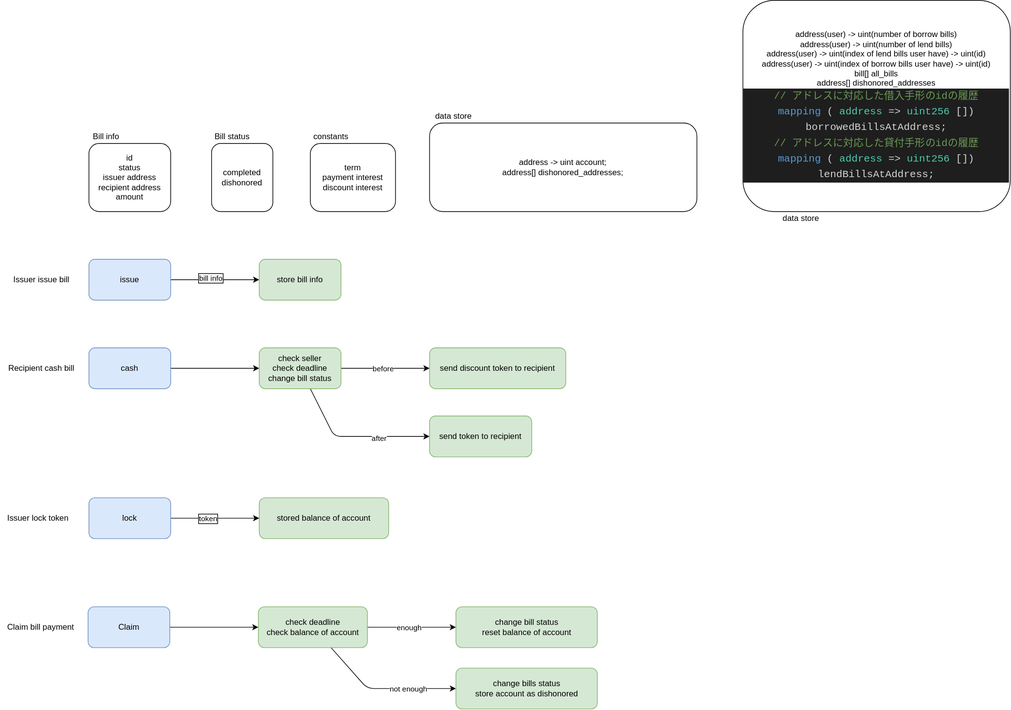
This is drawing/contract.drawio.svg from unchain-tech/AVAX-Subnet, a draw.io export, as it was before one commit. Source tidied: cells renumbered, new cells last; positions are measured from the earlier drawing's top-left corner, leaving out a move shared by most shapes.
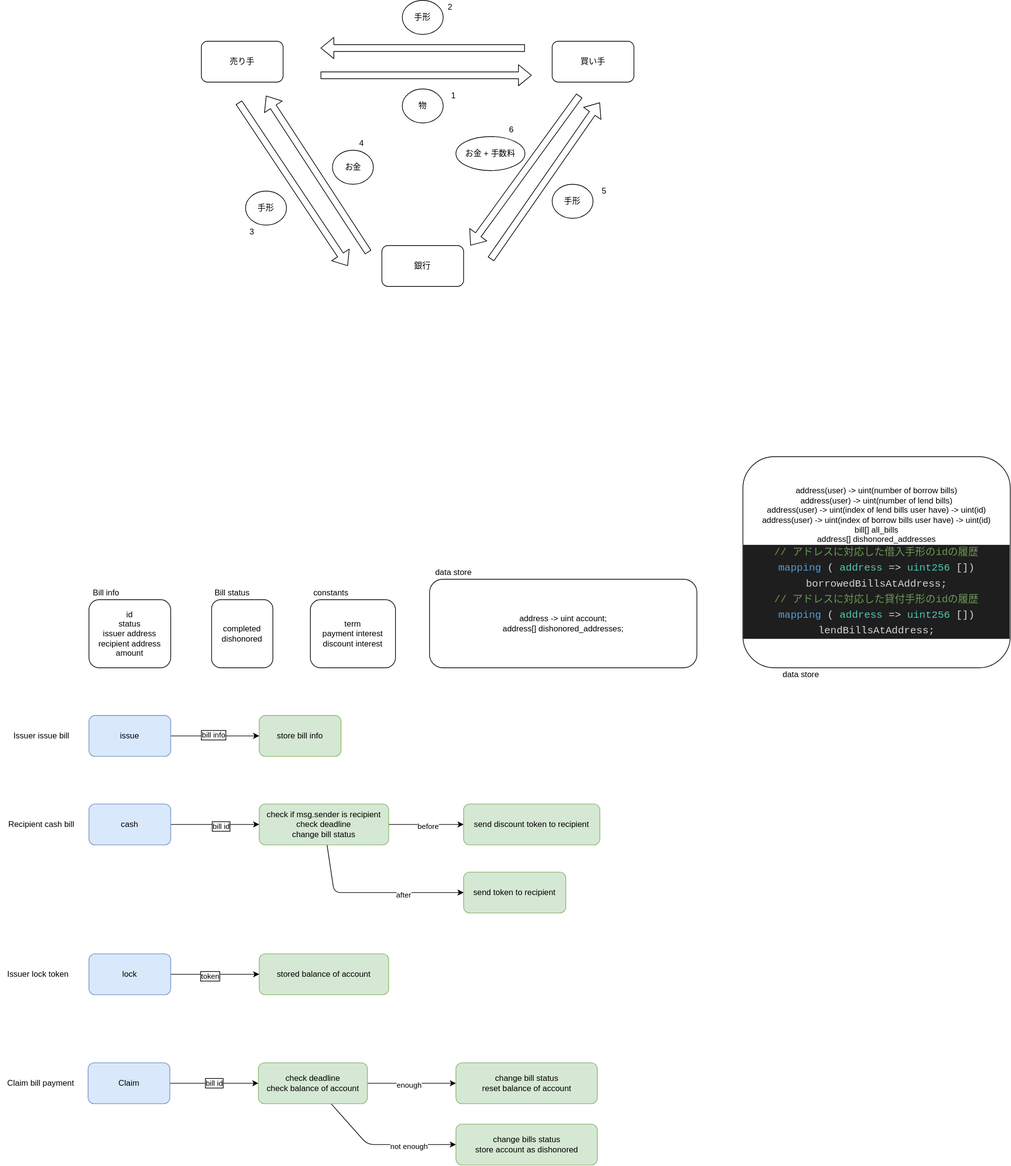
Above is the later version.

Diff of the diagram source:
```diff
@@ -1,4 +1,4 @@
-<mxGraphModel>
+<mxGraphModel background="#ffffff">
   <root>
     <mxCell id="0" />
     <mxCell id="1" parent="0" />
@@ -26,6 +26,11 @@
     <mxCell id="9" style="edgeStyle=none;html=1;entryX=0;entryY=0.5;entryDx=0;entryDy=0;" parent="1" edge="1" source="10" target="16">
       <mxGeometry relative="1" as="geometry" />
     </mxCell>
+    <mxCell id="42" value="bill id" style="edgeLabel;html=1;align=center;verticalAlign=middle;labelBorderColor=default;" parent="9" vertex="1">
+      <mxGeometry x="-0.1" y="1" relative="1" as="geometry">
+        <mxPoint x="12" y="1" as="offset" />
+      </mxGeometry>
+    </mxCell>
     <mxCell id="10" value="cash" style="rounded=1;whiteSpace=wrap;html=1;fillColor=#dae8fc;strokeColor=#6c8ebf;" parent="1" vertex="1">
       <mxGeometry x="130" y="510" width="120" height="60" as="geometry" />
     </mxCell>
@@ -50,11 +55,11 @@
     <mxCell id="15" value="after" style="edgeLabel;html=1;align=center;verticalAlign=middle;" parent="14" vertex="1">
       <mxGeometry x="0.32" y="-2" relative="1" as="geometry" />
     </mxCell>
-    <mxCell id="16" value="check seller&lt;br&gt;check deadline&lt;br&gt;change bill status" style="rounded=1;whiteSpace=wrap;html=1;fillColor=#d5e8d4;strokeColor=#82b366;" parent="1" vertex="1">
-      <mxGeometry x="380" y="510" width="120" height="60" as="geometry" />
+    <mxCell id="16" value="check if msg.sender is recipient&lt;br&gt;check deadline&lt;br&gt;change bill status" style="rounded=1;whiteSpace=wrap;html=1;fillColor=#d5e8d4;strokeColor=#82b366;" parent="1" vertex="1">
+      <mxGeometry x="380" y="510" width="190" height="60" as="geometry" />
     </mxCell>
     <mxCell id="17" value="send discount token to recipient" style="rounded=1;whiteSpace=wrap;html=1;fillColor=#d5e8d4;strokeColor=#82b366;" parent="1" vertex="1">
-      <mxGeometry x="630" y="510" width="200" height="60" as="geometry" />
+      <mxGeometry x="680" y="510" width="200" height="60" as="geometry" />
     </mxCell>
     <mxCell id="18" value="address(user) -&amp;gt; uint(number of borrow bills)&lt;br&gt;address(user) -&amp;gt; uint(number of lend bills)&lt;br&gt;address(user) -&amp;gt; uint(index of lend bills user have) -&amp;gt; uint(id)&lt;br&gt;address(user) -&amp;gt; uint(index of borrow bills user have) -&amp;gt; uint(id)&lt;br&gt;bill[] all_bills&lt;br&gt;address[] dishonored_addresses&lt;br&gt;&lt;div style=&quot;color: rgb(212 , 212 , 212) ; background-color: rgb(30 , 30 , 30) ; font-family: &amp;#34;menlo&amp;#34; , &amp;#34;monaco&amp;#34; , &amp;#34;courier new&amp;#34; , monospace ; font-size: 15px ; line-height: 23px&quot;&gt;&lt;div&gt;    &lt;span style=&quot;color: #6a9955&quot;&gt;// アドレスに対応した借入手形のidの履歴&lt;/span&gt;&lt;/div&gt;&lt;div&gt;    &lt;span style=&quot;color: #569cd6&quot;&gt;mapping&lt;/span&gt;(&lt;span style=&quot;color: #4ec9b0&quot;&gt;address&lt;/span&gt; =&amp;gt; &lt;span style=&quot;color: #4ec9b0&quot;&gt;uint256&lt;/span&gt;[]) borrowedBillsAtAddress;&lt;/div&gt;&lt;div&gt;    &lt;span style=&quot;color: #6a9955&quot;&gt;// アドレスに対応した貸付手形のidの履歴&lt;/span&gt;&lt;/div&gt;&lt;div&gt;    &lt;span style=&quot;color: #569cd6&quot;&gt;mapping&lt;/span&gt;(&lt;span style=&quot;color: #4ec9b0&quot;&gt;address&lt;/span&gt; =&amp;gt; &lt;span style=&quot;color: #4ec9b0&quot;&gt;uint256&lt;/span&gt;[]) lendBillsAtAddress;&lt;/div&gt;&lt;/div&gt;" style="rounded=1;whiteSpace=wrap;html=1;" parent="1" vertex="1">
       <mxGeometry x="1090" width="392.5" height="310" as="geometry" />
@@ -62,7 +67,7 @@
     <mxCell id="19" value="data store" style="text;html=1;align=center;verticalAlign=middle;strokeColor=none;fillColor=none;" parent="1" vertex="1">
       <mxGeometry x="1140" y="310" width="70" height="20" as="geometry" />
     </mxCell>
-    <mxCell id="20" style="edgeStyle=none;html=1;entryX=0;entryY=0.5;entryDx=0;entryDy=0;" parent="1" edge="1" source="21" target="27">
+    <mxCell id="20" value="bill id" style="edgeStyle=none;html=1;entryX=0;entryY=0.5;entryDx=0;entryDy=0;labelBorderColor=default;" parent="1" edge="1" source="21" target="27">
       <mxGeometry relative="1" as="geometry" />
     </mxCell>
     <mxCell id="21" value="Claim" style="rounded=1;whiteSpace=wrap;html=1;fillColor=#dae8fc;strokeColor=#6c8ebf;" parent="1" vertex="1">
@@ -119,7 +124,7 @@
       <mxGeometry x="130" y="730" width="120" height="60" as="geometry" />
     </mxCell>
     <mxCell id="36" value="send token to recipient" style="rounded=1;whiteSpace=wrap;html=1;fillColor=#d5e8d4;strokeColor=#82b366;" parent="1" vertex="1">
-      <mxGeometry x="630" y="610" width="150" height="60" as="geometry" />
+      <mxGeometry x="680" y="610" width="150" height="60" as="geometry" />
     </mxCell>
     <mxCell id="37" value="term&lt;br&gt;payment interest&lt;br&gt;discount interest" style="rounded=1;whiteSpace=wrap;html=1;" parent="1" vertex="1">
       <mxGeometry x="455" y="210" width="125" height="100" as="geometry" />
@@ -136,5 +141,86 @@
     <mxCell id="41" value="&lt;span&gt;change bills status&lt;br&gt;store account as dishonored&lt;br&gt;&lt;/span&gt;" style="rounded=1;whiteSpace=wrap;html=1;fillColor=#d5e8d4;strokeColor=#82b366;" parent="1" vertex="1">
       <mxGeometry x="668.8" y="980" width="207.5" height="60" as="geometry" />
     </mxCell>
+    <mxCell id="43" value="売り手" style="rounded=1;whiteSpace=wrap;html=1;" parent="1" vertex="1">
+      <mxGeometry x="295" y="-610" width="120" height="60" as="geometry" />
+    </mxCell>
+    <mxCell id="44" value="買い手" style="rounded=1;whiteSpace=wrap;html=1;" parent="1" vertex="1">
+      <mxGeometry x="810" y="-610" width="120" height="60" as="geometry" />
+    </mxCell>
+    <mxCell id="45" value="銀行" style="rounded=1;whiteSpace=wrap;html=1;" parent="1" vertex="1">
+      <mxGeometry x="560" y="-310" width="120" height="60" as="geometry" />
+    </mxCell>
+    <mxCell id="46" style="shape=flexArrow;endArrow=classic;html=1;" parent="1" edge="1">
+      <mxGeometry relative="1" as="geometry">
+        <mxPoint x="770" y="-600" as="sourcePoint" />
+        <mxPoint x="470" y="-600" as="targetPoint" />
+      </mxGeometry>
+    </mxCell>
+    <mxCell id="47" style="shape=flexArrow;endArrow=classic;html=1;" parent="1" edge="1">
+      <mxGeometry relative="1" as="geometry">
+        <mxPoint x="470" y="-560" as="sourcePoint" />
+        <mxPoint x="780" y="-560" as="targetPoint" />
+      </mxGeometry>
+    </mxCell>
+    <mxCell id="48" value="手形" style="ellipse;whiteSpace=wrap;html=1;" parent="1" vertex="1">
+      <mxGeometry x="590" y="-670" width="60" height="50" as="geometry" />
+    </mxCell>
+    <mxCell id="49" value="物" style="ellipse;whiteSpace=wrap;html=1;" parent="1" vertex="1">
+      <mxGeometry x="590" y="-540" width="60" height="50" as="geometry" />
+    </mxCell>
+    <mxCell id="50" style="shape=flexArrow;endArrow=classic;html=1;" parent="1" edge="1">
+      <mxGeometry relative="1" as="geometry">
+        <mxPoint x="850" y="-530" as="sourcePoint" />
+        <mxPoint x="690" y="-310" as="targetPoint" />
+      </mxGeometry>
+    </mxCell>
+    <mxCell id="51" style="shape=flexArrow;endArrow=classic;html=1;" parent="1" edge="1">
+      <mxGeometry relative="1" as="geometry">
+        <mxPoint x="720" y="-290" as="sourcePoint" />
+        <mxPoint x="880" y="-520" as="targetPoint" />
+      </mxGeometry>
+    </mxCell>
+    <mxCell id="52" value="お金 + 手数料" style="ellipse;whiteSpace=wrap;html=1;" parent="1" vertex="1">
+      <mxGeometry x="668.8" y="-470" width="101.2" height="50" as="geometry" />
+    </mxCell>
+    <mxCell id="53" value="手形" style="ellipse;whiteSpace=wrap;html=1;" parent="1" vertex="1">
+      <mxGeometry x="810" y="-400" width="60" height="50" as="geometry" />
+    </mxCell>
+    <mxCell id="54" style="shape=flexArrow;endArrow=classic;html=1;" parent="1" edge="1">
+      <mxGeometry relative="1" as="geometry">
+        <mxPoint x="350" y="-520" as="sourcePoint" />
+        <mxPoint x="510" y="-280" as="targetPoint" />
+      </mxGeometry>
+    </mxCell>
+    <mxCell id="55" style="shape=flexArrow;endArrow=classic;html=1;" parent="1" edge="1">
+      <mxGeometry relative="1" as="geometry">
+        <mxPoint x="540" y="-300" as="sourcePoint" />
+        <mxPoint x="390" y="-530" as="targetPoint" />
+      </mxGeometry>
+    </mxCell>
+    <mxCell id="56" value="手形" style="ellipse;whiteSpace=wrap;html=1;" parent="1" vertex="1">
+      <mxGeometry x="360" y="-390" width="60" height="50" as="geometry" />
+    </mxCell>
+    <mxCell id="57" value="お金" style="ellipse;whiteSpace=wrap;html=1;" parent="1" vertex="1">
+      <mxGeometry x="487.5" y="-450" width="60" height="50" as="geometry" />
+    </mxCell>
+    <mxCell id="58" value="1" style="text;html=1;align=center;verticalAlign=middle;strokeColor=none;fillColor=none;" parent="1" vertex="1">
+      <mxGeometry x="655" y="-540" width="20" height="20" as="geometry" />
+    </mxCell>
+    <mxCell id="59" value="2" style="text;html=1;align=center;verticalAlign=middle;strokeColor=none;fillColor=none;" parent="1" vertex="1">
+      <mxGeometry x="650" y="-670" width="20" height="20" as="geometry" />
+    </mxCell>
+    <mxCell id="60" value="3" style="text;html=1;align=center;verticalAlign=middle;strokeColor=none;fillColor=none;" parent="1" vertex="1">
+      <mxGeometry x="358.8" y="-340" width="20" height="20" as="geometry" />
+    </mxCell>
+    <mxCell id="61" value="4" style="text;html=1;align=center;verticalAlign=middle;strokeColor=none;fillColor=none;" parent="1" vertex="1">
+      <mxGeometry x="520" y="-470" width="20" height="20" as="geometry" />
+    </mxCell>
+    <mxCell id="62" value="5" style="text;html=1;align=center;verticalAlign=middle;strokeColor=none;fillColor=none;" parent="1" vertex="1">
+      <mxGeometry x="876.2" y="-400" width="20" height="20" as="geometry" />
+    </mxCell>
+    <mxCell id="63" value="6" style="text;html=1;align=center;verticalAlign=middle;strokeColor=none;fillColor=none;" parent="1" vertex="1">
+      <mxGeometry x="740" y="-490" width="20" height="20" as="geometry" />
+    </mxCell>
   </root>
 </mxGraphModel>
```
